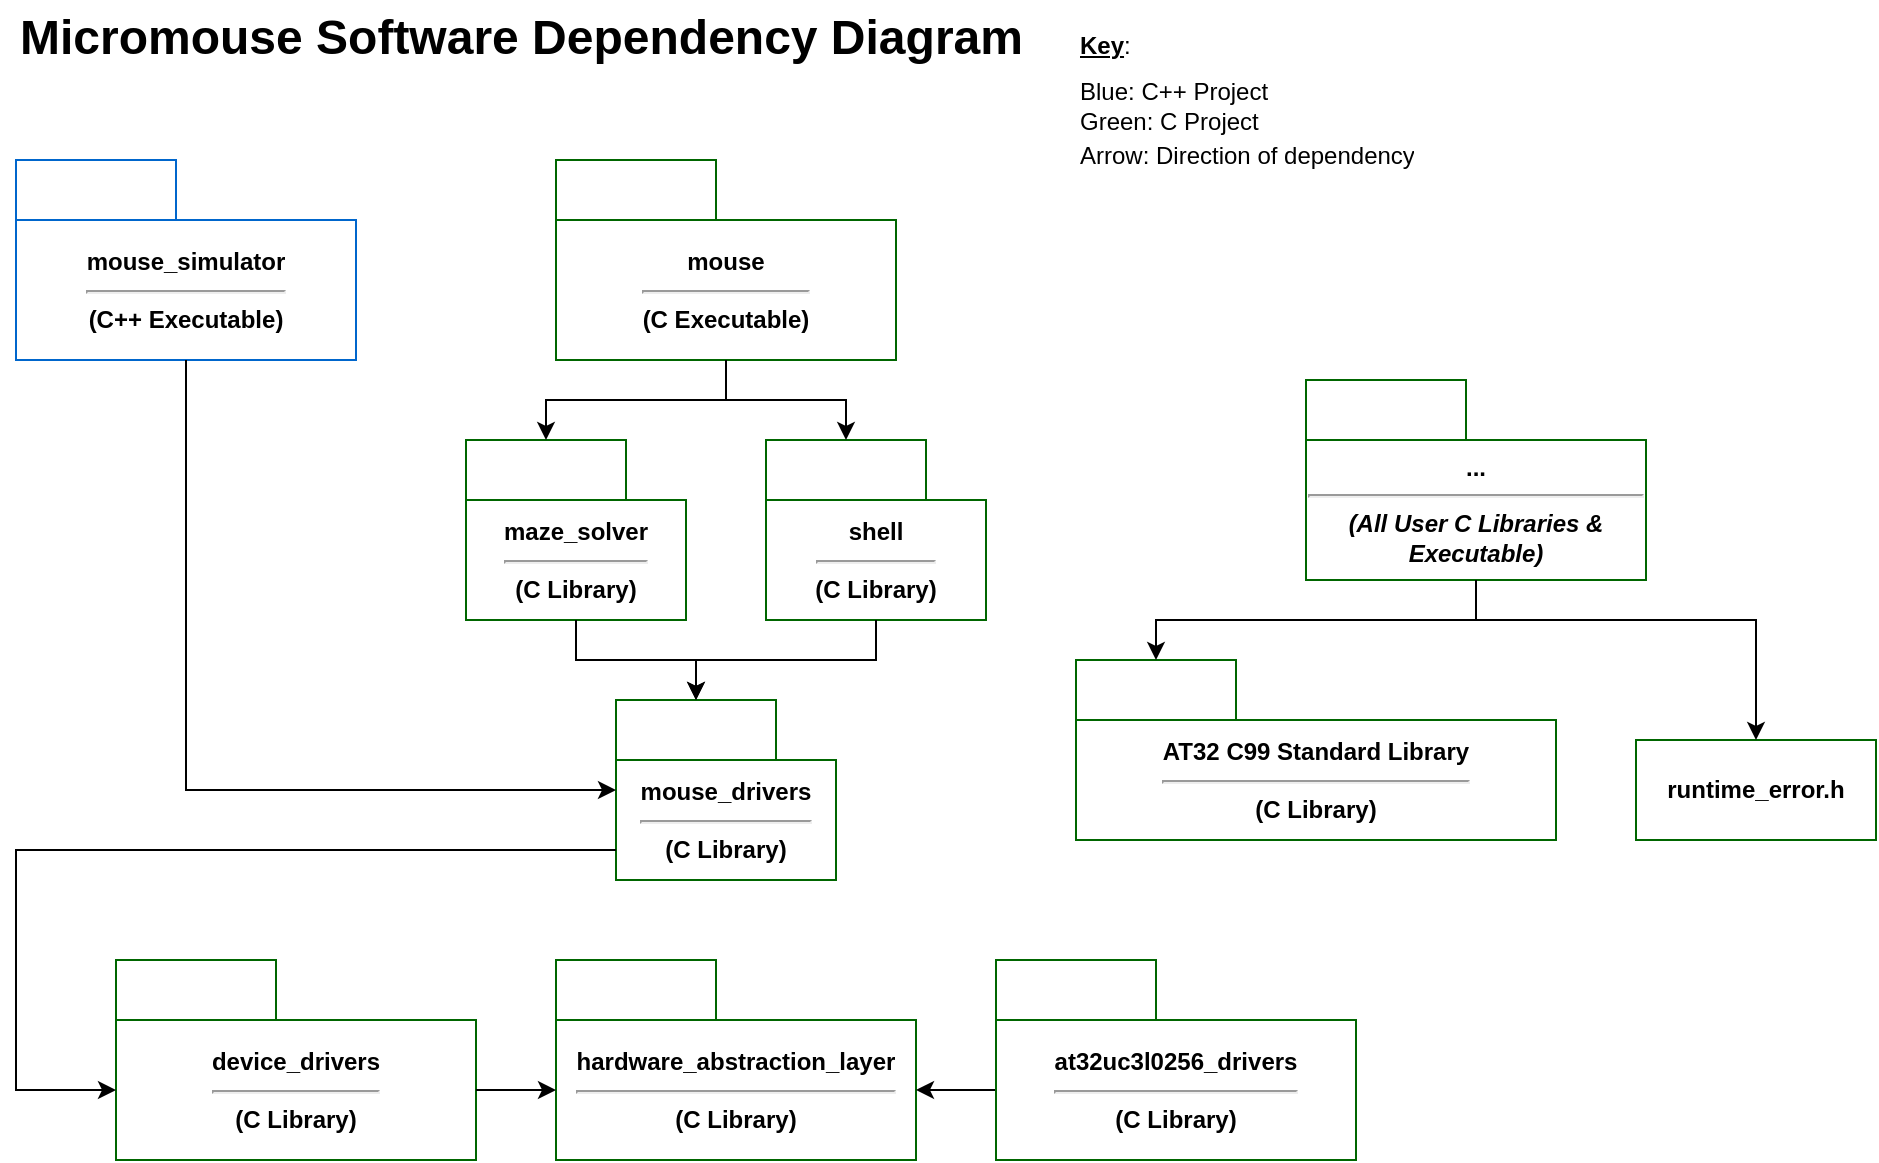
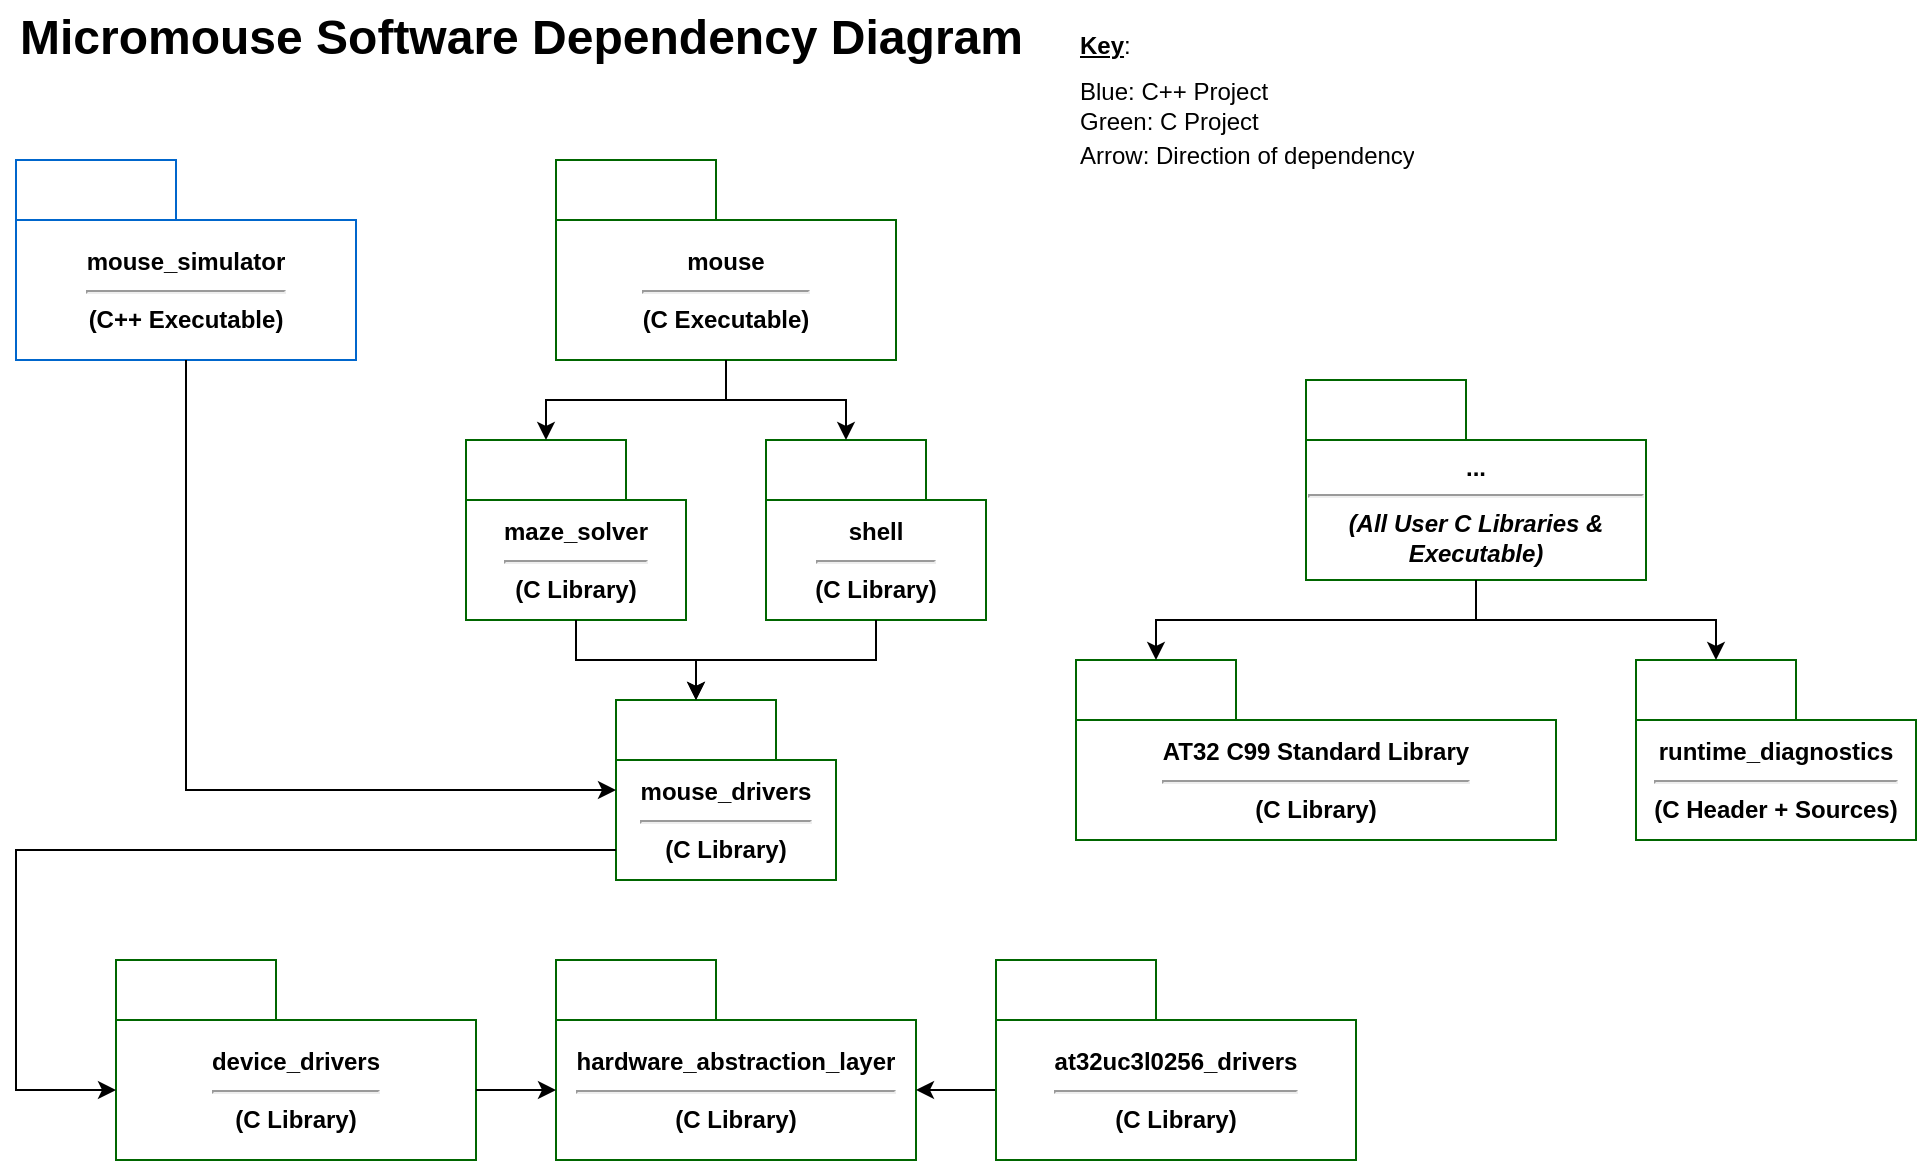
<mxfile host="Electron" agent="Mozilla/5.0 (Windows NT 10.0; Win64; x64) AppleWebKit/537.36 (KHTML, like Gecko) draw.io/29.3.0 Chrome/140.0.7339.249 Electron/38.7.2 Safari/537.36" version="29.3.0">
  <diagram name="Page-1" id="oKpc1l_Igcs4GMacKgKO">
    <mxGraphModel dx="1042" dy="626" grid="1" gridSize="10" guides="1" tooltips="1" connect="1" arrows="1" fold="1" page="1" pageScale="1" pageWidth="850" pageHeight="1100" math="0" shadow="0">
      <root>
        <mxCell id="0" />
        <mxCell id="1" parent="0" />
        <mxCell id="VA4gKk7P2Ic-5W_0SB8y-1" parent="1" style="shape=folder;fontStyle=1;tabWidth=80;tabHeight=30;tabPosition=left;html=1;boundedLbl=1;whiteSpace=wrap;strokeColor=#006600;" value="device_drivers&lt;div&gt;&lt;hr&gt;&lt;/div&gt;&lt;div&gt;(C Library)&lt;/div&gt;" vertex="1">
          <mxGeometry height="100" width="180" x="90" y="520" as="geometry" />
        </mxCell>
        <mxCell id="VA4gKk7P2Ic-5W_0SB8y-11" parent="1" style="shape=folder;fontStyle=1;tabWidth=80;tabHeight=30;tabPosition=left;html=1;boundedLbl=1;whiteSpace=wrap;strokeColor=#006600;" value="&lt;div&gt;hardware_abstraction_layer&lt;/div&gt;&lt;div&gt;&lt;hr&gt;&lt;/div&gt;&lt;div&gt;(C Library)&lt;/div&gt;" vertex="1">
          <mxGeometry height="100" width="180" x="310" y="520" as="geometry" />
        </mxCell>
        <mxCell id="VA4gKk7P2Ic-5W_0SB8y-24" parent="1" style="shape=folder;fontStyle=1;tabWidth=80;tabHeight=30;tabPosition=left;html=1;boundedLbl=1;whiteSpace=wrap;strokeColor=#006600;" value="&lt;div&gt;mouse_drivers&lt;/div&gt;&lt;div&gt;&lt;hr&gt;&lt;/div&gt;&lt;div&gt;(C Library)&lt;/div&gt;" vertex="1">
          <mxGeometry height="90" width="110" x="340" y="390" as="geometry" />
        </mxCell>
        <mxCell id="VA4gKk7P2Ic-5W_0SB8y-35" parent="1" style="shape=folder;fontStyle=1;tabWidth=80;tabHeight=30;tabPosition=left;html=1;boundedLbl=1;whiteSpace=wrap;strokeColor=#006600;" value="&lt;div&gt;maze_solver&lt;/div&gt;&lt;div&gt;&lt;hr&gt;&lt;/div&gt;&lt;div&gt;(C Library)&lt;/div&gt;" vertex="1">
          <mxGeometry height="90" width="110" x="265" y="260" as="geometry" />
        </mxCell>
        <mxCell id="VA4gKk7P2Ic-5W_0SB8y-38" parent="1" style="shape=folder;fontStyle=1;tabWidth=80;tabHeight=30;tabPosition=left;html=1;boundedLbl=1;whiteSpace=wrap;strokeColor=#006600;" value="&lt;div&gt;shell&lt;/div&gt;&lt;div&gt;&lt;hr&gt;&lt;/div&gt;&lt;div&gt;(C Library)&lt;/div&gt;" vertex="1">
          <mxGeometry height="90" width="110" x="415" y="260" as="geometry" />
        </mxCell>
        <mxCell id="VA4gKk7P2Ic-5W_0SB8y-45" parent="1" style="shape=folder;fontStyle=1;tabWidth=80;tabHeight=30;tabPosition=left;html=1;boundedLbl=1;whiteSpace=wrap;strokeColor=#006600;" value="&lt;div&gt;mouse&lt;/div&gt;&lt;div&gt;&lt;hr&gt;&lt;/div&gt;&lt;div&gt;(C Executable)&lt;/div&gt;" vertex="1">
          <mxGeometry height="100" width="170" x="310" y="120" as="geometry" />
        </mxCell>
        <mxCell id="0X-RFWdOt0fxIYuZUrhn-1" edge="1" parent="1" source="VA4gKk7P2Ic-5W_0SB8y-47" style="edgeStyle=orthogonalEdgeStyle;rounded=0;orthogonalLoop=1;jettySize=auto;html=1;entryX=0;entryY=0;entryDx=180;entryDy=65;entryPerimeter=0;exitX=0;exitY=0;exitDx=0;exitDy=65;exitPerimeter=0;" target="VA4gKk7P2Ic-5W_0SB8y-11">
          <mxGeometry relative="1" as="geometry">
            <mxPoint x="505" y="580" as="targetPoint" />
          </mxGeometry>
        </mxCell>
        <mxCell id="VA4gKk7P2Ic-5W_0SB8y-47" parent="1" style="shape=folder;fontStyle=1;tabWidth=80;tabHeight=30;tabPosition=left;html=1;boundedLbl=1;whiteSpace=wrap;strokeColor=#006600;" value="&lt;div&gt;at32uc3l0256_drivers&lt;/div&gt;&lt;div&gt;&lt;hr&gt;&lt;/div&gt;&lt;div&gt;(C Library)&lt;/div&gt;" vertex="1">
          <mxGeometry height="100" width="180" x="530" y="520" as="geometry" />
        </mxCell>
-         <mxCell id="hCXN4IzAGQTOALLmFSug-22" parent="1" style="rounded=0;whiteSpace=wrap;html=1;strokeColor=#006600;" value="&lt;b&gt;runtime_error.h&lt;/b&gt;" vertex="1">
-           <mxGeometry height="50" width="120" x="850" y="410" as="geometry" />
-         </mxCell>
        <mxCell id="UwXl0KZfzIKj5EyUJe6f-31" parent="1" style="shape=folder;fontStyle=1;tabWidth=80;tabHeight=30;tabPosition=left;html=1;boundedLbl=1;whiteSpace=wrap;strokeColor=#0066CC;" value="&lt;div&gt;mouse_simulator&lt;/div&gt;&lt;div&gt;&lt;hr&gt;(C++ Executable)&lt;/div&gt;" vertex="1">
          <mxGeometry height="100" width="170" x="40" y="120" as="geometry" />
        </mxCell>
        <mxCell id="0X-RFWdOt0fxIYuZUrhn-4" edge="1" parent="1" source="VA4gKk7P2Ic-5W_0SB8y-24" style="edgeStyle=orthogonalEdgeStyle;rounded=0;orthogonalLoop=1;jettySize=auto;html=1;entryX=0;entryY=0;entryDx=0;entryDy=65;entryPerimeter=0;exitX=0;exitY=0;exitDx=0;exitDy=75;exitPerimeter=0;" target="VA4gKk7P2Ic-5W_0SB8y-1">
          <mxGeometry relative="1" as="geometry">
            <Array as="points">
              <mxPoint x="40" y="465" />
              <mxPoint x="40" y="585" />
            </Array>
          </mxGeometry>
        </mxCell>
        <mxCell id="0X-RFWdOt0fxIYuZUrhn-5" edge="1" parent="1" source="VA4gKk7P2Ic-5W_0SB8y-35" style="edgeStyle=orthogonalEdgeStyle;rounded=0;orthogonalLoop=1;jettySize=auto;html=1;entryX=0;entryY=0;entryDx=40;entryDy=0;entryPerimeter=0;" target="VA4gKk7P2Ic-5W_0SB8y-24">
          <mxGeometry relative="1" as="geometry" />
        </mxCell>
        <mxCell id="0X-RFWdOt0fxIYuZUrhn-6" edge="1" parent="1" source="VA4gKk7P2Ic-5W_0SB8y-38" style="edgeStyle=orthogonalEdgeStyle;rounded=0;orthogonalLoop=1;jettySize=auto;html=1;entryX=0;entryY=0;entryDx=40;entryDy=0;entryPerimeter=0;" target="VA4gKk7P2Ic-5W_0SB8y-24">
          <mxGeometry relative="1" as="geometry" />
        </mxCell>
        <mxCell id="0X-RFWdOt0fxIYuZUrhn-7" edge="1" parent="1" source="VA4gKk7P2Ic-5W_0SB8y-45" style="edgeStyle=orthogonalEdgeStyle;rounded=0;orthogonalLoop=1;jettySize=auto;html=1;entryX=0;entryY=0;entryDx=40;entryDy=0;entryPerimeter=0;" target="VA4gKk7P2Ic-5W_0SB8y-35">
          <mxGeometry relative="1" as="geometry" />
        </mxCell>
        <mxCell id="0X-RFWdOt0fxIYuZUrhn-8" edge="1" parent="1" source="VA4gKk7P2Ic-5W_0SB8y-45" style="edgeStyle=orthogonalEdgeStyle;rounded=0;orthogonalLoop=1;jettySize=auto;html=1;entryX=0;entryY=0;entryDx=40;entryDy=0;entryPerimeter=0;" target="VA4gKk7P2Ic-5W_0SB8y-38">
          <mxGeometry relative="1" as="geometry" />
        </mxCell>
        <mxCell id="0X-RFWdOt0fxIYuZUrhn-10" parent="1" style="shape=folder;fontStyle=1;tabWidth=80;tabHeight=30;tabPosition=left;html=1;boundedLbl=1;whiteSpace=wrap;strokeColor=#006600;" value="&lt;div&gt;AT32 C99&amp;nbsp;&lt;span style=&quot;color: light-dark(rgb(0, 0, 0), rgb(255, 255, 255)); background-color: transparent;&quot;&gt;Standard Library&lt;/span&gt;&lt;/div&gt;&lt;div&gt;&lt;hr&gt;&lt;/div&gt;&lt;div&gt;(C Library)&lt;/div&gt;" vertex="1">
          <mxGeometry height="90" width="240" x="570" y="370" as="geometry" />
        </mxCell>
        <mxCell id="0X-RFWdOt0fxIYuZUrhn-11" edge="1" parent="1" source="UwXl0KZfzIKj5EyUJe6f-31" style="edgeStyle=orthogonalEdgeStyle;rounded=0;orthogonalLoop=1;jettySize=auto;html=1;entryX=0;entryY=0;entryDx=0;entryDy=45;entryPerimeter=0;exitX=0.5;exitY=1;exitDx=0;exitDy=0;exitPerimeter=0;" target="VA4gKk7P2Ic-5W_0SB8y-24">
          <mxGeometry relative="1" as="geometry" />
        </mxCell>
-         <mxCell id="0X-RFWdOt0fxIYuZUrhn-17" edge="1" parent="1" source="0X-RFWdOt0fxIYuZUrhn-13" style="edgeStyle=orthogonalEdgeStyle;rounded=0;orthogonalLoop=1;jettySize=auto;html=1;entryX=0.5;entryY=0;entryDx=0;entryDy=0;" target="hCXN4IzAGQTOALLmFSug-22">
-           <mxGeometry relative="1" as="geometry">
-             <Array as="points">
-               <mxPoint x="770" y="350" />
-               <mxPoint x="910" y="350" />
-             </Array>
-           </mxGeometry>
-         </mxCell>
        <mxCell id="0X-RFWdOt0fxIYuZUrhn-13" parent="1" style="shape=folder;fontStyle=1;tabWidth=80;tabHeight=30;tabPosition=left;html=1;boundedLbl=1;whiteSpace=wrap;strokeColor=#006600;" value="&lt;div&gt;...&lt;/div&gt;&lt;div&gt;&lt;hr&gt;&lt;/div&gt;&lt;div&gt;&lt;i&gt;(All User C Libraries &amp;amp; Executable)&lt;/i&gt;&lt;/div&gt;" vertex="1">
          <mxGeometry height="100" width="170" x="685" y="230" as="geometry" />
        </mxCell>
        <mxCell id="0X-RFWdOt0fxIYuZUrhn-16" edge="1" parent="1" source="0X-RFWdOt0fxIYuZUrhn-13" style="edgeStyle=orthogonalEdgeStyle;rounded=0;orthogonalLoop=1;jettySize=auto;html=1;entryX=0;entryY=0;entryDx=40;entryDy=0;entryPerimeter=0;" target="0X-RFWdOt0fxIYuZUrhn-10">
          <mxGeometry relative="1" as="geometry">
            <Array as="points">
              <mxPoint x="770" y="350" />
              <mxPoint x="610" y="350" />
            </Array>
          </mxGeometry>
        </mxCell>
        <mxCell id="0X-RFWdOt0fxIYuZUrhn-18" parent="1" style="text;html=1;whiteSpace=wrap;overflow=hidden;rounded=0;" value="&lt;div style=&quot;line-height: 100%; margin-bottom: 5px;&quot;&gt;&lt;h1 style=&quot;margin-top: 0px; line-height: 100%;&quot;&gt;Micromouse Software Dependency Diagram&lt;/h1&gt;&lt;/div&gt;&lt;div style=&quot;line-height: 100%; padding-bottom: 2px; margin-bottom: 2px;&quot;&gt;&lt;div style=&quot;line-height: 100%; padding-bottom: 2px; margin-bottom: 3px;&quot;&gt;&lt;br&gt;&lt;/div&gt;&lt;/div&gt;" vertex="1">
          <mxGeometry height="45" width="510" x="40" y="40" as="geometry" />
        </mxCell>
        <mxCell id="0X-RFWdOt0fxIYuZUrhn-19" parent="1" style="text;html=1;whiteSpace=wrap;overflow=hidden;rounded=0;" value="&lt;div style=&quot;line-height: 100%; margin-bottom: 5px;&quot;&gt;&lt;h1 style=&quot;margin-top: 0px; line-height: 100%; margin-bottom: 0px;&quot;&gt;&lt;b style=&quot;background-color: transparent; color: light-dark(rgb(0, 0, 0), rgb(255, 255, 255)); font-size: 12px;&quot;&gt;&lt;u&gt;Key&lt;/u&gt;&lt;/b&gt;&lt;span style=&quot;background-color: transparent; color: light-dark(rgb(0, 0, 0), rgb(255, 255, 255)); font-size: 12px; font-weight: normal;&quot;&gt;:&lt;/span&gt;&lt;/h1&gt;&lt;/div&gt;&lt;div style=&quot;line-height: 100%; padding-bottom: 2px; margin-bottom: 2px;&quot;&gt;&lt;div style=&quot;line-height: 100%; margin-bottom: 3px;&quot;&gt;&lt;span style=&quot;color: light-dark(rgb(0, 0, 0), rgb(255, 255, 255)); background-color: light-dark(rgb(255, 255, 255), rgb(0, 102, 204));&quot;&gt;&lt;span style=&quot;background-color: light-dark(#ffffff, var(--ge-dark-color, #121212));&quot;&gt;&lt;span style=&quot;background-color: light-dark(rgb(255, 255, 255), rgb(0, 102, 204));&quot;&gt;Blue&lt;/span&gt;&lt;/span&gt;&lt;/span&gt;&lt;span style=&quot;background-color: transparent; color: light-dark(rgb(0, 0, 0), rgb(255, 255, 255));&quot;&gt;: C++ Project&lt;/span&gt;&lt;/div&gt;&lt;div style=&quot;line-height: 100%; padding-bottom: 2px; margin-bottom: 3px;&quot;&gt;&lt;span style=&quot;background-color: light-dark(rgb(255, 255, 255), rgb(0, 102, 0));&quot;&gt;&lt;span style=&quot;background-color: light-dark(rgb(255, 255, 255), rgb(0, 102, 51));&quot;&gt;Green&lt;/span&gt;&lt;/span&gt;: C Project&lt;/div&gt;&lt;div style=&quot;line-height: 100%; padding-bottom: 2px; margin-bottom: 3px;&quot;&gt;Arrow: Direction of dependency&lt;/div&gt;&lt;div style=&quot;line-height: 100%; padding-bottom: 2px; margin-bottom: 3px;&quot;&gt;&lt;br&gt;&lt;/div&gt;&lt;/div&gt;" vertex="1">
          <mxGeometry height="105" width="195" x="570" y="40" as="geometry" />
        </mxCell>
        <mxCell id="0X-RFWdOt0fxIYuZUrhn-22" edge="1" parent="1" source="VA4gKk7P2Ic-5W_0SB8y-1" style="edgeStyle=orthogonalEdgeStyle;rounded=0;orthogonalLoop=1;jettySize=auto;html=1;entryX=0;entryY=0;entryDx=0;entryDy=65;entryPerimeter=0;exitX=0;exitY=0;exitDx=180;exitDy=65;exitPerimeter=0;">
          <mxGeometry relative="1" as="geometry">
            <mxPoint x="310" y="585" as="targetPoint" />
          </mxGeometry>
        </mxCell>
+         <mxCell id="M42v7twJ1mtuAuClNUq2-1" parent="1" style="shape=folder;fontStyle=1;tabWidth=80;tabHeight=30;tabPosition=left;html=1;boundedLbl=1;whiteSpace=wrap;strokeColor=#006600;" value="&lt;div&gt;runtime_diagnostics&lt;/div&gt;&lt;div&gt;&lt;hr&gt;&lt;/div&gt;&lt;div&gt;(C Header + Sources)&lt;/div&gt;" vertex="1">
+           <mxGeometry height="90" width="140" x="850" y="370" as="geometry" />
+         </mxCell>
+         <mxCell id="M42v7twJ1mtuAuClNUq2-2" edge="1" parent="1" source="0X-RFWdOt0fxIYuZUrhn-13" style="edgeStyle=orthogonalEdgeStyle;rounded=0;orthogonalLoop=1;jettySize=auto;html=1;entryX=0;entryY=0;entryDx=40;entryDy=0;entryPerimeter=0;" target="M42v7twJ1mtuAuClNUq2-1">
+           <mxGeometry relative="1" as="geometry" />
+         </mxCell>
      </root>
    </mxGraphModel>
  </diagram>
</mxfile>
